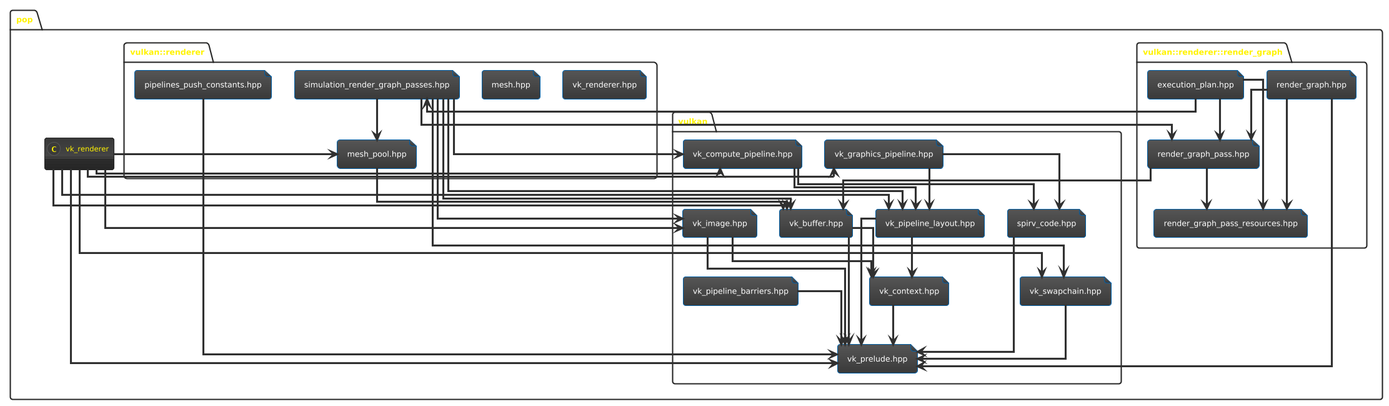
The PlantUML diagram UML/vulkan/abstract_overview_vulkan.png in Genkunen/ProgramowanieObiektoweProjekt, before a commit.
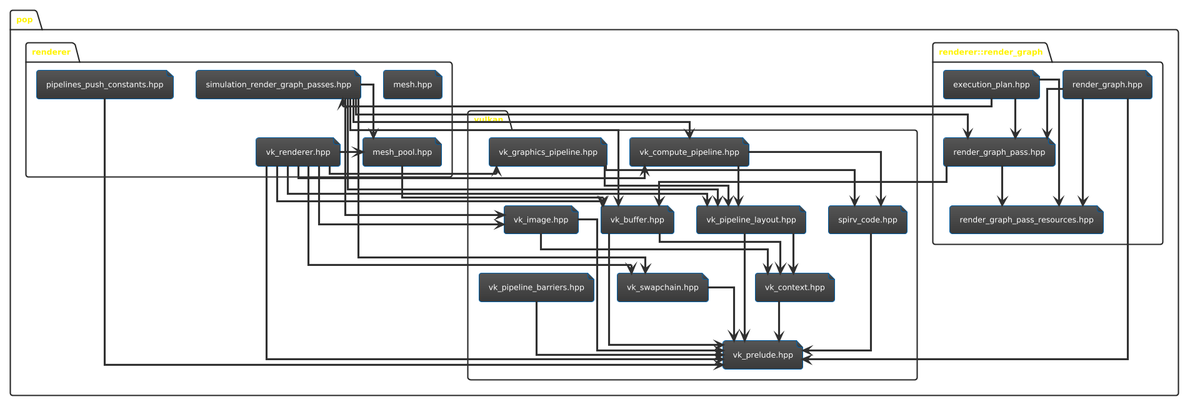
The same diagram one commit later.

Diff of the diagram source:
```diff
@@ -8,30 +8,30 @@
 
     namespace vulkan {
         file "spirv_code.hpp" as spirv_code
-            file "vk_buffer.hpp" as vk_buffer
-            file "vk_compute_pipeline.hpp" as vk_compute_pipeline
-            file "vk_context.hpp" as vk_context
-            file "vk_graphics_pipeline.hpp" as vk_graphics_pipeline
-            file "vk_image.hpp" as vk_image
-            file "vk_pipeline_barriers.hpp" as vk_pipeline_barriers
-            file "vk_pipeline_layout.hpp" as vk_pipeline_layout
-            file "vk_prelude.hpp" as vk_prelude
-            file "vk_swapchain.hpp" as vk_swapchain
+        file "vk_buffer.hpp" as vk_buffer
+        file "vk_compute_pipeline.hpp" as vk_compute_pipeline
+        file "vk_context.hpp" as vk_context
+        file "vk_graphics_pipeline.hpp" as vk_graphics_pipeline
+        file "vk_image.hpp" as vk_image
+        file "vk_pipeline_barriers.hpp" as vk_pipeline_barriers
+        file "vk_pipeline_layout.hpp" as vk_pipeline_layout
+        file "vk_prelude.hpp" as vk_prelude
+        file "vk_swapchain.hpp" as vk_swapchain
     }
 
-    namespace vulkan::renderer {
+    namespace renderer {
         file "mesh.hpp" as mesh
-            file "mesh_pool.hpp" as mesh_pool
-            file "pipelines_push_constants.hpp" as pipelines_push_constants
-            file "simulation_render_graph_passes.hpp" as simulation_render_graph_passes
-            file "vk_renderer.hpp" as renderer
+        file "mesh_pool.hpp" as mesh_pool
+        file "pipelines_push_constants.hpp" as pipelines_push_constants
+        file "simulation_render_graph_passes.hpp" as simulation_render_graph_passes
+        file "vk_renderer.hpp" as vk_renderer
     }
 
-    namespace vulkan::renderer::render_graph {
+    namespace renderer::render_graph {
         file "execution_plan.hpp" as execution_plan
-            file "render_graph.hpp" as render_graph
-            file "render_graph_pass.hpp" as render_graph_pass
-            file "render_graph_pass_resources.hpp" as render_graph_pass_resources
+        file "render_graph.hpp" as render_graph
+        file "render_graph_pass.hpp" as render_graph_pass
+        file "render_graph_pass_resources.hpp" as render_graph_pass_resources
     }
 
 
```
